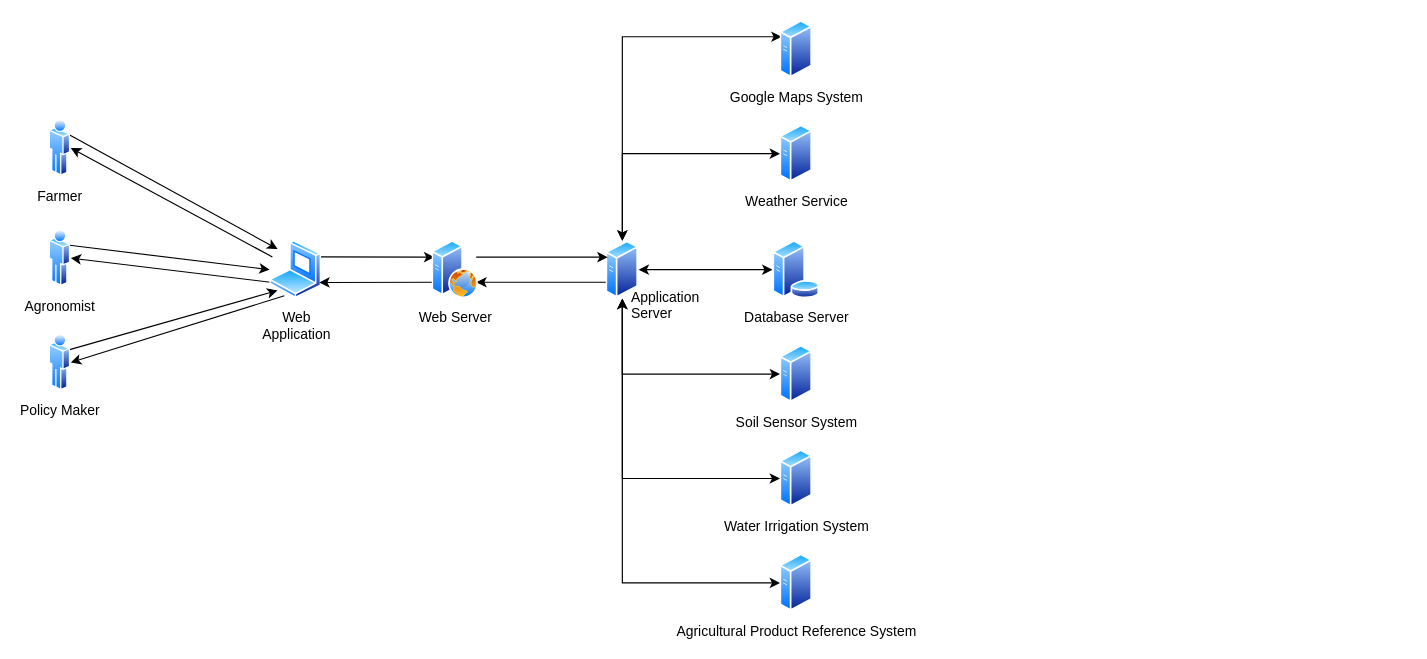
The draw.io diagram page "4-tier" (1 of 2) of DD/diagrams/architecture.drawio in ictar/DREAM-SE2-Project-2022, before the edit. Source tidied: cells renumbered, new cells numbered last; positions are measured from the earlier drawing's top-left corner, leaving out a move shared by most shapes. Both pictures are drawn from the tidied source at 116%, with x=0, y=0 at pixel (49, 20).
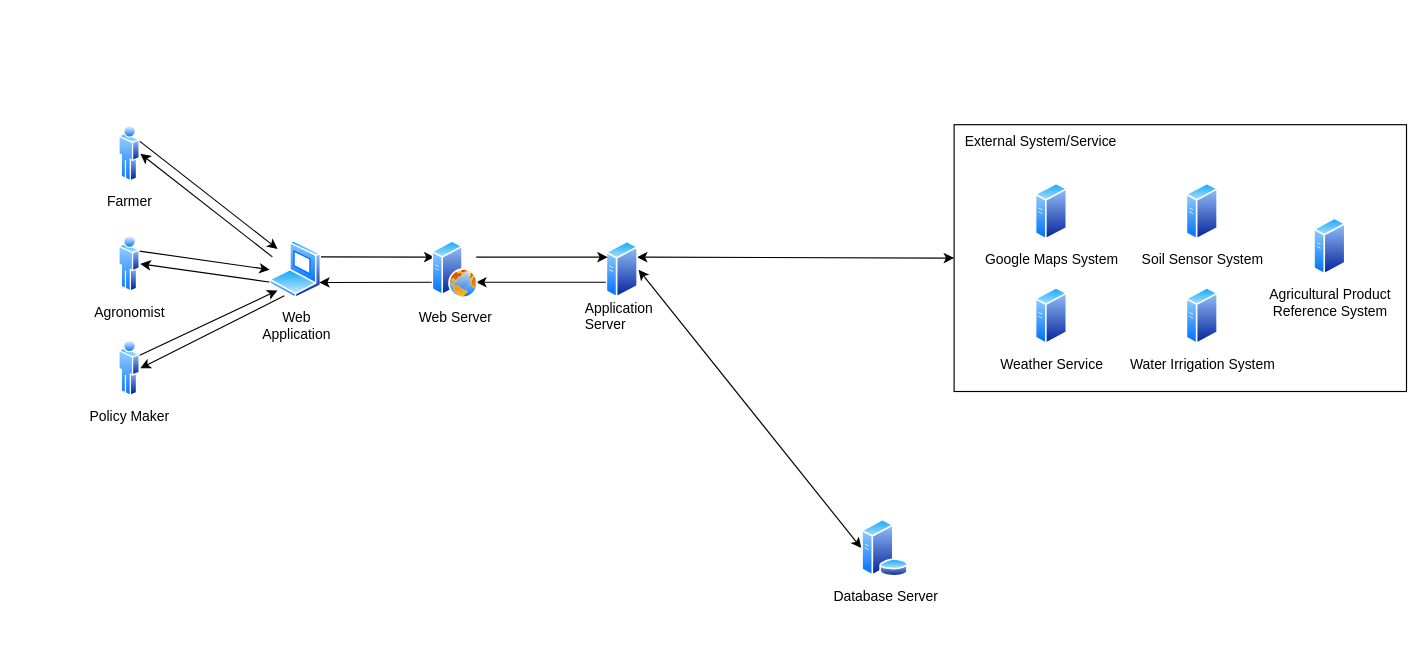
Above is the later version.

Commit message:
add detail to architecture

Unchanged cells that the change refers to:
```xml
<mxCell id="10" style="perimeter=ellipsePerimeter;html=1;align=center;shadow=0;dashed=0;spacingTop=3;image;image=img/lib/active_directory/generic_server.svg;" parent="1" vertex="1">
  <mxGeometry x="480" y="190" width="28" height="50" as="geometry" />
</mxCell>
```

Change to the diagram source:
```diff
@@
+    <mxCell id="31" style="rounded=0;whiteSpace=wrap;html=1;" parent="1" vertex="1">
+      <mxGeometry x="780" y="90" width="390" height="230" as="geometry" />
+    </mxCell>
@@
-    <mxCell id="8" style="edgeStyle=orthogonalEdgeStyle;rounded=0;jettySize=auto;html=1;exitX=0.5;exitY=0;exitDx=0;exitDy=0;entryX=0;entryY=0.25;entryDx=0;entryDy=0;startArrow=classic;startFill=1;" parent="1" edge="1" source="10" target="14">
-      <mxGeometry relative="1" as="geometry">
-        <Array as="points">
-          <mxPoint x="494" y="14" />
-        </Array>
-      </mxGeometry>
-    </mxCell>
-    <mxCell id="9" style="edgeStyle=orthogonalEdgeStyle;rounded=0;jettySize=auto;html=1;exitX=1;exitY=0.5;exitDx=0;exitDy=0;entryX=0;entryY=0.5;entryDx=0;entryDy=0;startArrow=classic;startFill=1;" parent="1" edge="1" source="10" target="29">
+    <mxCell id="9" style="rounded=0;jettySize=auto;html=1;exitX=1;exitY=0.5;exitDx=0;exitDy=0;entryX=0;entryY=0.5;entryDx=0;entryDy=0;startArrow=classic;startFill=1;" parent="1" edge="1" source="10" target="29">
       <mxGeometry relative="1" as="geometry" />
     </mxCell>
+    <mxCell id="32" style="edgeStyle=none;rounded=0;jettySize=auto;html=1;exitX=1;exitY=0.25;exitDx=0;exitDy=0;entryX=0;entryY=0.5;entryDx=0;entryDy=0;startArrow=classic;startFill=1;" parent="1" edge="1" source="10" target="31">
+      <mxGeometry relative="1" as="geometry" />
+    </mxCell>
@@
     <mxCell id="14" value="Google Maps System" style="perimeter=ellipsePerimeter;html=1;align=center;shadow=0;dashed=0;spacingTop=3;image;image=img/lib/active_directory/generic_server.svg;" parent="1" vertex="1">
-      <mxGeometry x="630" width="28" height="50" as="geometry" />
+      <mxGeometry x="850" y="140" width="28" height="50" as="geometry" />
     </mxCell>
-    <mxCell id="15" style="edgeStyle=orthogonalEdgeStyle;rounded=0;jettySize=auto;html=1;exitX=0;exitY=0.5;exitDx=0;exitDy=0;entryX=0.5;entryY=0;entryDx=0;entryDy=0;startArrow=classic;startFill=1;" parent="1" edge="1" source="16" target="10">
-      <mxGeometry relative="1" as="geometry" />
-    </mxCell>
     <mxCell id="16" value="Weather Service" style="perimeter=ellipsePerimeter;html=1;align=center;shadow=0;dashed=0;spacingTop=3;image;image=img/lib/active_directory/generic_server.svg;" parent="1" vertex="1">
-      <mxGeometry x="630" y="90" width="28" height="50" as="geometry" />
+      <mxGeometry x="850" y="230" width="28" height="50" as="geometry" />
     </mxCell>
@@
     <mxCell id="18" value="Farmer" style="perimeter=ellipsePerimeter;html=1;align=center;shadow=0;dashed=0;spacingTop=3;image;image=img/lib/active_directory/user.svg;" parent="1" vertex="1">
-      <mxGeometry y="85" width="18.5" height="50" as="geometry" />
+      <mxGeometry x="60" y="90" width="18.5" height="50" as="geometry" />
     </mxCell>
@@
     <mxCell id="20" value="Agronomist" style="perimeter=ellipsePerimeter;html=1;align=center;shadow=0;dashed=0;spacingTop=3;image;image=img/lib/active_directory/user.svg;" parent="1" vertex="1">
-      <mxGeometry y="180" width="18.5" height="50" as="geometry" />
+      <mxGeometry x="60" y="185" width="18.5" height="50" as="geometry" />
     </mxCell>
@@
     <mxCell id="22" value="Policy Maker" style="perimeter=ellipsePerimeter;html=1;align=center;shadow=0;dashed=0;spacingTop=3;image;image=img/lib/active_directory/user.svg;" parent="1" vertex="1">
-      <mxGeometry y="270" width="18.5" height="50" as="geometry" />
+      <mxGeometry x="60" y="275" width="18.5" height="50" as="geometry" />
     </mxCell>
-    <mxCell id="23" style="edgeStyle=orthogonalEdgeStyle;rounded=0;jettySize=auto;html=1;exitX=0;exitY=0.5;exitDx=0;exitDy=0;entryX=0.5;entryY=1;entryDx=0;entryDy=0;startArrow=classic;startFill=1;" parent="1" edge="1" source="24" target="10">
-      <mxGeometry relative="1" as="geometry" />
-    </mxCell>
     <mxCell id="24" value="Soil Sensor System" style="perimeter=ellipsePerimeter;html=1;align=center;shadow=0;dashed=0;spacingTop=3;image;image=img/lib/active_directory/generic_server.svg;" parent="1" vertex="1">
-      <mxGeometry x="630" y="280" width="28" height="50" as="geometry" />
+      <mxGeometry x="980" y="140" width="28" height="50" as="geometry" />
     </mxCell>
-    <mxCell id="25" style="edgeStyle=orthogonalEdgeStyle;rounded=0;jettySize=auto;html=1;exitX=0;exitY=0.5;exitDx=0;exitDy=0;entryX=0.5;entryY=1;entryDx=0;entryDy=0;startArrow=classic;startFill=1;" parent="1" edge="1" source="26" target="10">
-      <mxGeometry relative="1" as="geometry" />
-    </mxCell>
     <mxCell id="26" value="Water Irrigation System" style="perimeter=ellipsePerimeter;html=1;align=center;shadow=0;dashed=0;spacingTop=3;image;image=img/lib/active_directory/generic_server.svg;" parent="1" vertex="1">
-      <mxGeometry x="630" y="370" width="28" height="50" as="geometry" />
+      <mxGeometry x="980" y="230" width="28" height="50" as="geometry" />
     </mxCell>
-    <mxCell id="27" style="edgeStyle=orthogonalEdgeStyle;rounded=0;jettySize=auto;html=1;exitX=0;exitY=0.5;exitDx=0;exitDy=0;entryX=0.5;entryY=1;entryDx=0;entryDy=0;startArrow=classic;startFill=1;" parent="1" edge="1" source="28" target="10">
-      <mxGeometry relative="1" as="geometry" />
-    </mxCell>
-    <mxCell id="28" value="Agricultural Product Reference System" style="perimeter=ellipsePerimeter;html=1;align=center;shadow=0;dashed=0;spacingTop=3;image;image=img/lib/active_directory/generic_server.svg;" parent="1" vertex="1">
-      <mxGeometry x="630" y="460" width="28" height="50" as="geometry" />
+    <mxCell id="28" value="Agricultural Product &lt;br&gt;Reference System" style="perimeter=ellipsePerimeter;html=1;align=center;shadow=0;dashed=0;spacingTop=3;image;image=img/lib/active_directory/generic_server.svg;" parent="1" vertex="1">
+      <mxGeometry x="1090" y="170" width="28" height="50" as="geometry" />
     </mxCell>
     <mxCell id="29" value="Database Server" style="perimeter=ellipsePerimeter;html=1;align=center;shadow=0;dashed=0;spacingTop=3;image;image=img/lib/active_directory/database_server.svg;" parent="1" vertex="1">
-      <mxGeometry x="623.5" y="190" width="41" height="50" as="geometry" />
+      <mxGeometry x="700" y="430" width="41" height="50" as="geometry" />
     </mxCell>
     <mxCell id="30" value="&lt;span style=&quot;color: rgb(0, 0, 0); font-size: 12px; font-style: normal; font-weight: 400; letter-spacing: normal; text-align: center; text-indent: 0px; text-transform: none; word-spacing: 0px; font-family: helvetica;&quot;&gt;Application&lt;br&gt;&lt;/span&gt;&lt;span style=&quot;color: rgb(0, 0, 0); font-size: 12px; font-style: normal; font-weight: 400; letter-spacing: normal; text-align: center; text-indent: 0px; text-transform: none; word-spacing: 0px; font-family: helvetica;&quot;&gt;Server&lt;/span&gt;" style="text;whiteSpace=wrap;html=1;" parent="1" vertex="1">
-      <mxGeometry x="500" y="225" width="80" height="40" as="geometry" />
+      <mxGeometry x="460" y="235" width="80" height="40" as="geometry" />
     </mxCell>
+    <mxCell id="33" value="External System/Service" style="text;html=1;strokeColor=none;fillColor=none;align=center;verticalAlign=middle;whiteSpace=wrap;rounded=0;" parent="1" vertex="1">
+      <mxGeometry x="770" y="90" width="170" height="30" as="geometry" />
+    </mxCell>
```
